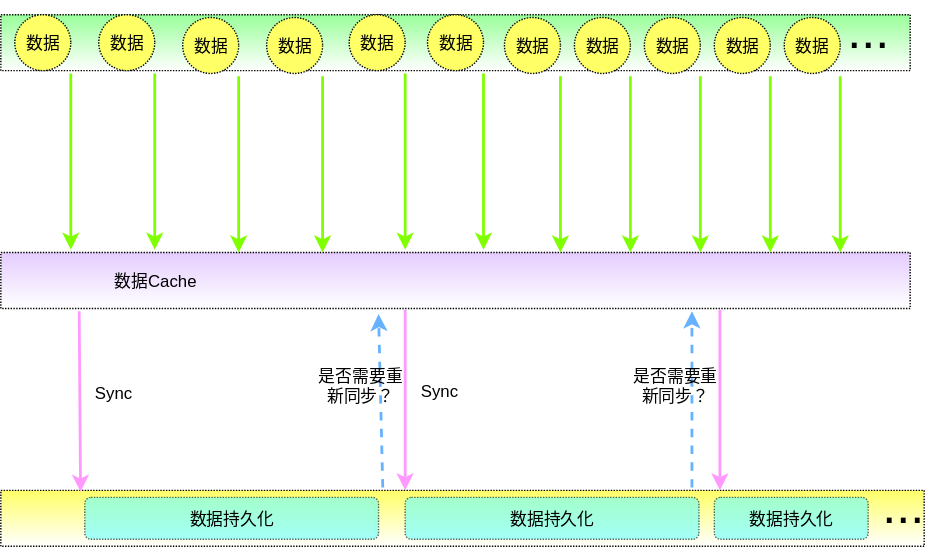
The draw.io diagram docs/imgs/fsp_principle.svg in JeremyLiao/FastSharedPreferences, before a commit. Source tidied: cells renumbered, new cells last; positions are measured from the earlier drawing's top-left corner, leaving out a move shared by most shapes.
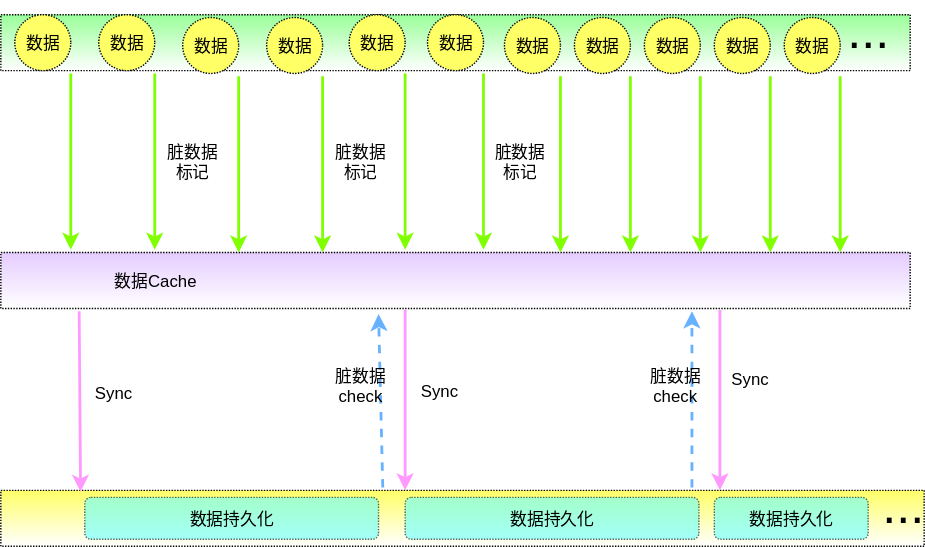
The same file after the commit.

Change to the diagram source:
```diff
@@ -61,7 +61,7 @@
         <mxPoint x="270" y="214" as="targetPoint" />
       </mxGeometry>
     </mxCell>
-    <mxCell id="18" value="是否需要重新同步？" style="text;html=1;strokeColor=none;fillColor=none;align=center;verticalAlign=middle;whiteSpace=wrap;rounded=0;shadow=0;glass=0;dashed=1;dashPattern=1 1;comic=0;" parent="1" vertex="1">
+    <mxCell id="18" value="脏数据check" style="text;html=1;strokeColor=none;fillColor=none;align=center;verticalAlign=middle;whiteSpace=wrap;rounded=0;shadow=0;glass=0;dashed=1;dashPattern=1 1;comic=0;" parent="1" vertex="1">
       <mxGeometry x="225" y="240" width="65" height="50" as="geometry" />
     </mxCell>
     <mxCell id="19" value="数据" style="ellipse;whiteSpace=wrap;html=1;shadow=0;glass=0;dashed=1;dashPattern=1 1;comic=0;fillColor=#FFFF66;gradientColor=none;" parent="1" vertex="1">
@@ -136,7 +136,7 @@
         <mxPoint x="494" y="212" as="targetPoint" />
       </mxGeometry>
     </mxCell>
-    <mxCell id="35" value="是否需要重新同步？" style="text;html=1;strokeColor=none;fillColor=none;align=center;verticalAlign=middle;whiteSpace=wrap;rounded=0;shadow=0;glass=0;dashed=1;dashPattern=1 1;comic=0;" parent="1" vertex="1">
+    <mxCell id="35" value="脏数据check" style="text;html=1;strokeColor=none;fillColor=none;align=center;verticalAlign=middle;whiteSpace=wrap;rounded=0;shadow=0;glass=0;dashed=1;dashPattern=1 1;comic=0;" parent="1" vertex="1">
       <mxGeometry x="450" y="240" width="65" height="50" as="geometry" />
     </mxCell>
     <mxCell id="36" style="endArrow=classic;html=1;shadow=0;strokeColor=#FF99FF;strokeWidth=2;fillColor=#FFCCE6;exitX=0.086;exitY=1.05;exitPerimeter=0;entryX=0.086;entryY=0.025;entryPerimeter=0;" parent="1" edge="1">
@@ -163,5 +163,17 @@
     <mxCell id="41" value="&lt;font style=&quot;font-size: 36px&quot;&gt;...&lt;/font&gt;" style="text;html=1;strokeColor=none;fillColor=none;align=center;verticalAlign=middle;whiteSpace=wrap;rounded=0;shadow=0;glass=0;dashed=1;dashPattern=1 1;comic=0;" parent="1" vertex="1">
       <mxGeometry x="630" y="340" width="30" height="20" as="geometry" />
     </mxCell>
+    <mxCell id="42" value="Sync" style="text;html=1;strokeColor=none;fillColor=none;align=center;verticalAlign=middle;whiteSpace=wrap;rounded=0;shadow=0;glass=0;dashed=1;dashPattern=1 1;comic=0;" parent="1" vertex="1">
+      <mxGeometry x="515" y="250" width="40" height="20" as="geometry" />
+    </mxCell>
+    <mxCell id="43" value="脏数据标记" style="text;html=1;strokeColor=none;fillColor=none;align=center;verticalAlign=middle;whiteSpace=wrap;rounded=0;shadow=0;glass=0;dashed=1;dashPattern=1 1;comic=0;" parent="1" vertex="1">
+      <mxGeometry x="115" y="80" width="45" height="50" as="geometry" />
+    </mxCell>
+    <mxCell id="44" value="脏数据标记" style="text;html=1;strokeColor=none;fillColor=none;align=center;verticalAlign=middle;whiteSpace=wrap;rounded=0;shadow=0;glass=0;dashed=1;dashPattern=1 1;comic=0;" parent="1" vertex="1">
+      <mxGeometry x="235" y="80" width="45" height="50" as="geometry" />
+    </mxCell>
+    <mxCell id="45" value="脏数据标记" style="text;html=1;strokeColor=none;fillColor=none;align=center;verticalAlign=middle;whiteSpace=wrap;rounded=0;shadow=0;glass=0;dashed=1;dashPattern=1 1;comic=0;" parent="1" vertex="1">
+      <mxGeometry x="349" y="80" width="45" height="50" as="geometry" />
+    </mxCell>
   </root>
 </mxGraphModel>
```
